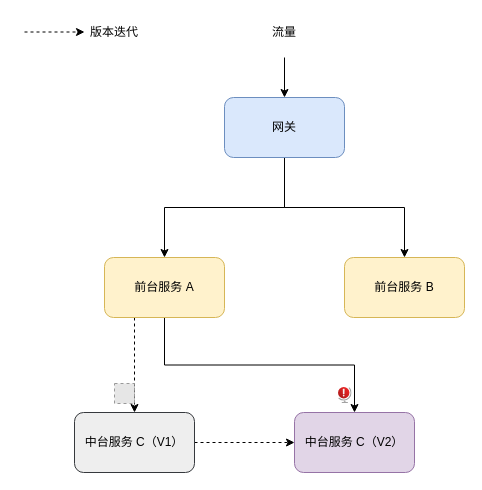
novayoung/draw keeps this draw.io diagram as im/业务系统高可用-全链路2.drawio. Above is the earlier version. Source tidied: cells renumbered, new cells numbered last; positions are measured from the earlier drawing's top-left corner, leaving out a move shared by most shapes. Both pictures are drawn from the tidied source at 100%, with x=0, y=0 at pixel (24, 17). Pictures stored in the file or linked from it are replaced by grey dashed boxes.
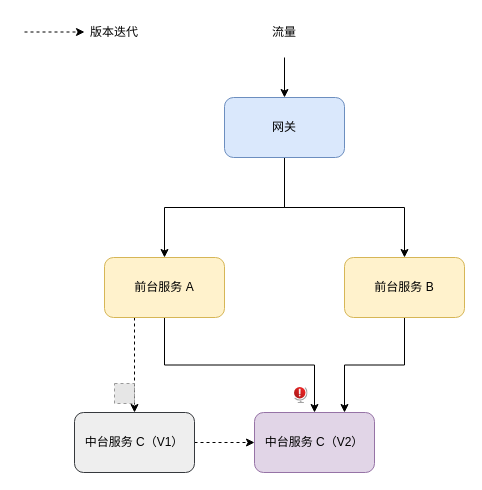
After the change.

Commit message (it also covers changes not shown here):
更新业务系统高可用-全链路2.drawio

The change refers to these unchanged cells:
```xml
<mxCell id="8" value="前台服务 B" style="whiteSpace=wrap;html=1;rounded=1;fillColor=#fff2cc;strokeColor=#d6b656;" parent="1" vertex="1">
  <mxGeometry x="320" y="240" width="120" height="60" as="geometry" />
</mxCell>
```

Diff of the diagram source:
```diff
@@
+    <mxCell id="18" style="edgeStyle=orthogonalEdgeStyle;rounded=0;jettySize=auto;html=1;entryX=0.75;entryY=0;entryDx=0;entryDy=0;strokeColor=#000000;" parent="1" edge="1" source="8" target="15">
+      <mxGeometry relative="1" as="geometry" />
+    </mxCell>
@@
     <mxCell id="15" value="中台服务 C（V2）" style="rounded=1;whiteSpace=wrap;html=1;fillColor=#e1d5e7;strokeColor=#9673a6;" parent="1" vertex="1">
-      <mxGeometry x="270" y="395" width="120" height="60" as="geometry" />
+      <mxGeometry x="230" y="395" width="120" height="60" as="geometry" />
     </mxCell>
@@
     <mxCell id="17" style="html=1;align=center;image;fontSize=12;image=img/lib/azure2/general/Globe_Error.svg;" parent="1" vertex="1">
-      <mxGeometry x="314" y="370" width="13.6" height="16" as="geometry" />
+      <mxGeometry x="270" y="370" width="13.6" height="16" as="geometry" />
     </mxCell>
```
